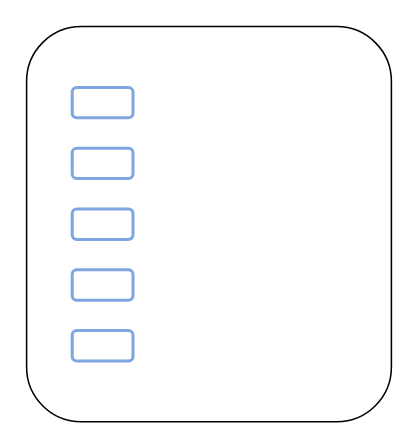
hqius/draw keeps this draw.io diagram as GCN.drawio. Above is the earlier version. Source tidied: cells renumbered, new cells numbered last; positions are measured from the earlier drawing's top-left corner, leaving out a move shared by most shapes. Both pictures are drawn from the tidied source at 152%, with x=0, y=0 at pixel (26, 26).
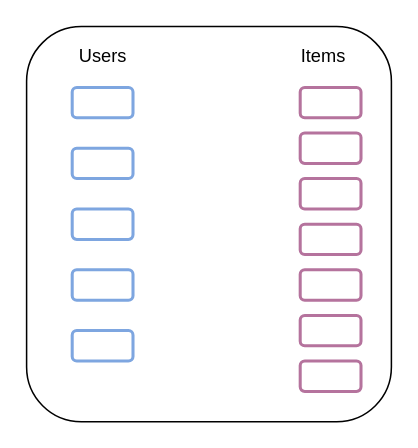
The same diagram, later.

What changed in the source:
```diff
@@
 <mxGraphModel>
   <root>
     <mxCell id="0" />
     <mxCell id="1" parent="0" />
     <mxCell id="2" style="rounded=1;whiteSpace=wrap;html=1;" parent="1" vertex="1">
       <mxGeometry width="240" height="260" as="geometry" />
     </mxCell>
     <mxCell id="3" style="rounded=1;whiteSpace=wrap;html=1;strokeColor=#7EA6E0;strokeWidth=2;" parent="1" vertex="1">
       <mxGeometry x="30" y="40" width="40" height="20" as="geometry" />
     </mxCell>
     <mxCell id="4" style="rounded=1;whiteSpace=wrap;html=1;strokeColor=#7EA6E0;strokeWidth=2;" parent="1" vertex="1">
       <mxGeometry x="30" y="80" width="40" height="20" as="geometry" />
     </mxCell>
     <mxCell id="5" style="rounded=1;whiteSpace=wrap;html=1;strokeColor=#7EA6E0;strokeWidth=2;" parent="1" vertex="1">
       <mxGeometry x="30" y="120" width="40" height="20" as="geometry" />
     </mxCell>
     <mxCell id="6" style="rounded=1;whiteSpace=wrap;html=1;strokeColor=#7EA6E0;strokeWidth=2;" parent="1" vertex="1">
       <mxGeometry x="30" y="160" width="40" height="20" as="geometry" />
     </mxCell>
     <mxCell id="7" style="rounded=1;whiteSpace=wrap;html=1;strokeColor=#7EA6E0;strokeWidth=2;" parent="1" vertex="1">
       <mxGeometry x="30" y="200" width="40" height="20" as="geometry" />
     </mxCell>
+    <mxCell id="8" value="Users" style="text;html=1;align=center;verticalAlign=middle;fillColor=none;strokeColor=none;rounded=0;" parent="1" vertex="1">
+      <mxGeometry x="25" y="10" width="50" height="20" as="geometry" />
+    </mxCell>
+    <mxCell id="9" style="rounded=1;whiteSpace=wrap;html=1;strokeWidth=2;strokeColor=#B5739D;" parent="1" vertex="1">
+      <mxGeometry x="180" y="40" width="40" height="20" as="geometry" />
+    </mxCell>
+    <mxCell id="10" style="rounded=1;whiteSpace=wrap;html=1;strokeWidth=2;strokeColor=#B5739D;" parent="1" vertex="1">
+      <mxGeometry x="180" y="70" width="40" height="20" as="geometry" />
+    </mxCell>
+    <mxCell id="11" style="rounded=1;whiteSpace=wrap;html=1;strokeWidth=2;strokeColor=#B5739D;" parent="1" vertex="1">
+      <mxGeometry x="180" y="100" width="40" height="20" as="geometry" />
+    </mxCell>
+    <mxCell id="12" style="rounded=1;whiteSpace=wrap;html=1;strokeWidth=2;strokeColor=#B5739D;" parent="1" vertex="1">
+      <mxGeometry x="180" y="130" width="40" height="20" as="geometry" />
+    </mxCell>
+    <mxCell id="13" style="rounded=1;whiteSpace=wrap;html=1;strokeWidth=2;strokeColor=#B5739D;" parent="1" vertex="1">
+      <mxGeometry x="180" y="160" width="40" height="20" as="geometry" />
+    </mxCell>
+    <mxCell id="14" style="rounded=1;whiteSpace=wrap;html=1;strokeWidth=2;strokeColor=#B5739D;" parent="1" vertex="1">
+      <mxGeometry x="180" y="190" width="40" height="20" as="geometry" />
+    </mxCell>
+    <mxCell id="15" style="rounded=1;whiteSpace=wrap;html=1;strokeWidth=2;strokeColor=#B5739D;" parent="1" vertex="1">
+      <mxGeometry x="180" y="220" width="40" height="20" as="geometry" />
+    </mxCell>
+    <mxCell id="16" value="Items" style="text;html=1;align=center;verticalAlign=middle;fillColor=none;strokeColor=none;rounded=0;" parent="1" vertex="1">
+      <mxGeometry x="170" y="10" width="50" height="20" as="geometry" />
+    </mxCell>
   </root>
 </mxGraphModel>
```
